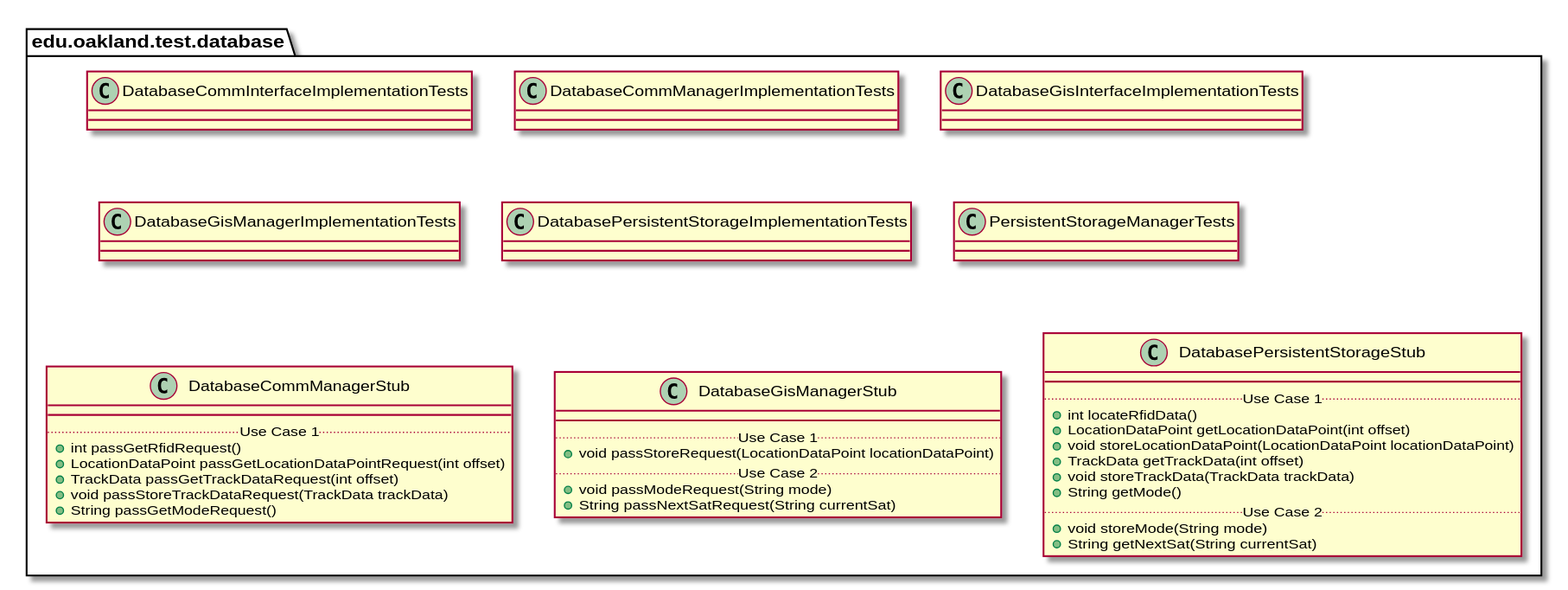
The PlantUML diagram docs/uml-class-diagrams/database/test/DatabaseTestPackage.svg in elilley15/csi-3370-software-project, before a commit.
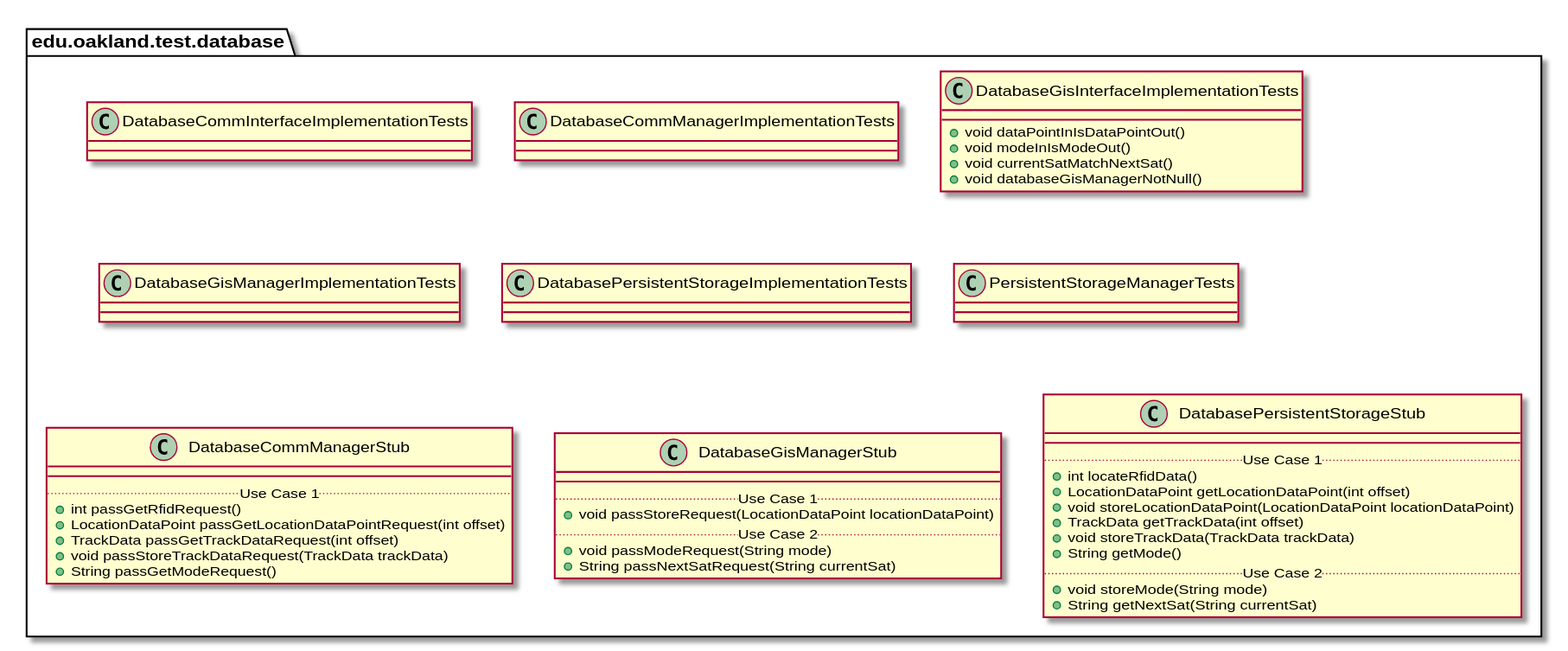
The same diagram one commit later.

Change to the diagram source:
```diff
@@ -21,7 +21,10 @@
 
 package edu.oakland.test.database {
     class DatabaseGisInterfaceImplementationTests {
-
+        + void dataPointInIsDataPointOut()
+        + void modeInIsModeOut()
+        + void currentSatMatchNextSat()
+        + void databaseGisManagerNotNull()
     }
 }
 
```
